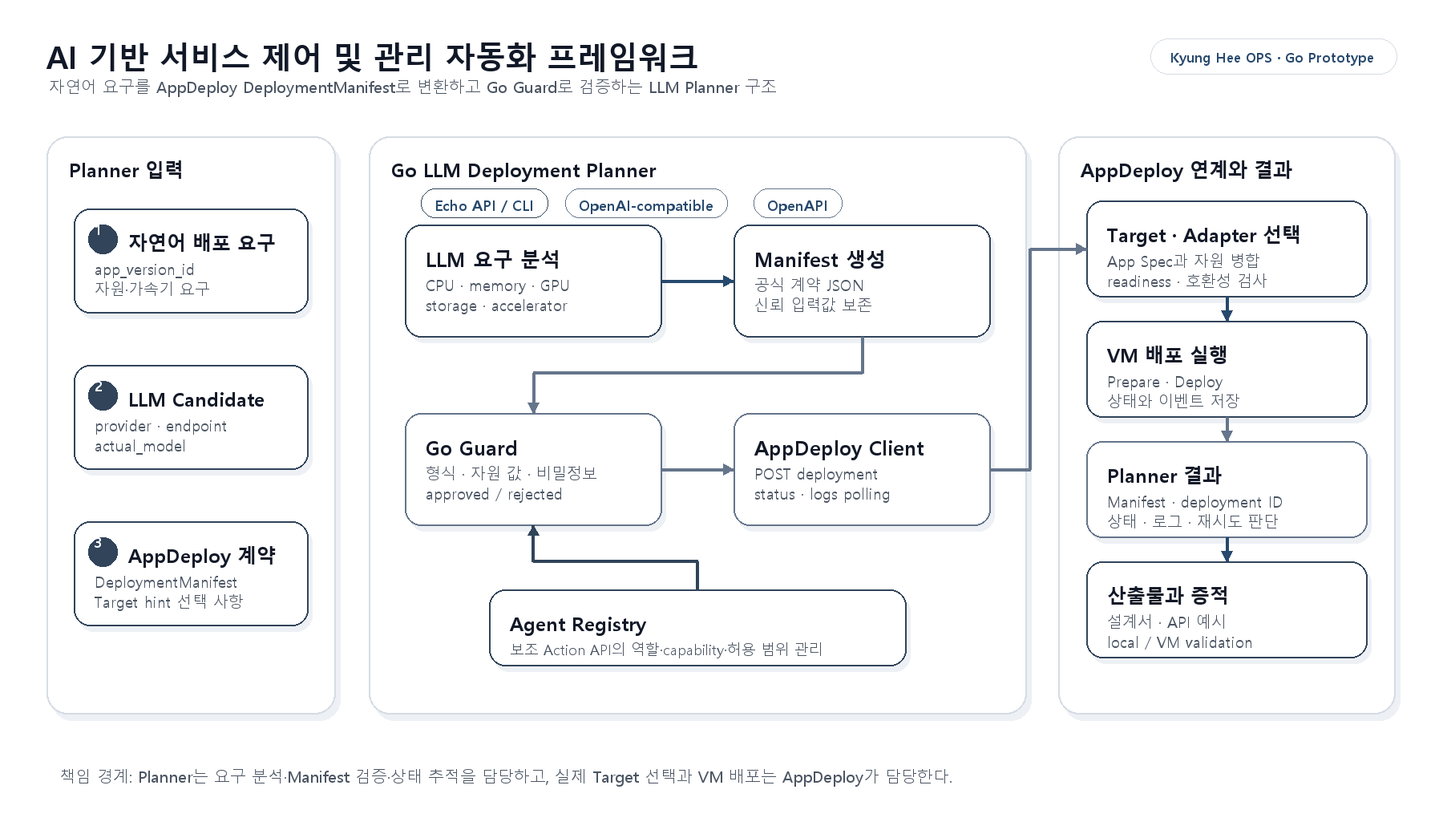
Earlier version of the Mermaid export docs/images/service_control_architecture.png (cloud-barista/ai-ops). Its source is kept beside it as docs/diagrams/service_control_architecture.mmd.
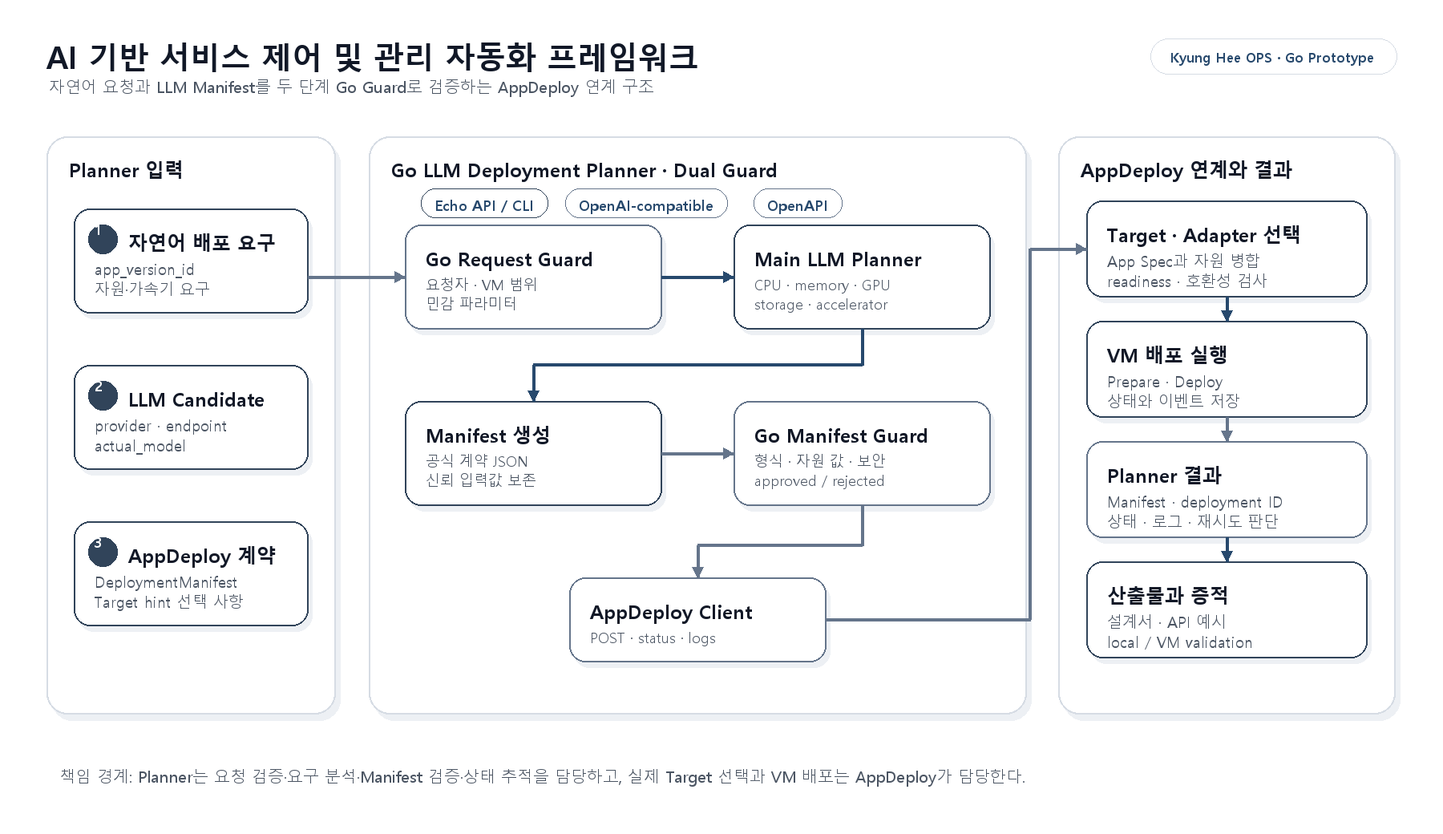
The same file after the commit.

Change to the diagram source:
```diff
@@ -1,14 +1,14 @@
 flowchart LR
-  A[자연어 AI 응용 배포 요구] --> B[LLM Deployment Planner]
+  A[자연어 AI 응용 배포 요구] --> R{Go Request Guard}
+  R -->|승인| B[LLM Deployment Planner]
+  R -->|거부| X[요청 거부]
   C[AppDeploy Manifest 계약] --> B
   D[LLM Candidate 설정] --> B
   B --> E[DeploymentManifest]
-  E --> F{Go Guard 검증}
+  E --> F{Go Manifest Guard}
   F -->|거부| G[MANIFEST_REJECTED]
   F -->|승인| H[AppDeploy 배포 요청]
   H --> I[Target 및 Adapter 선택]
   I --> J[VM 배포 상태와 로그]
   J --> K[제한된 polling과 재시도 판단]
   K --> L[검증 증적과 공식 산출물]
-
-  M[Agent Registry] -. 역할과 허용 Action .-> F
```
